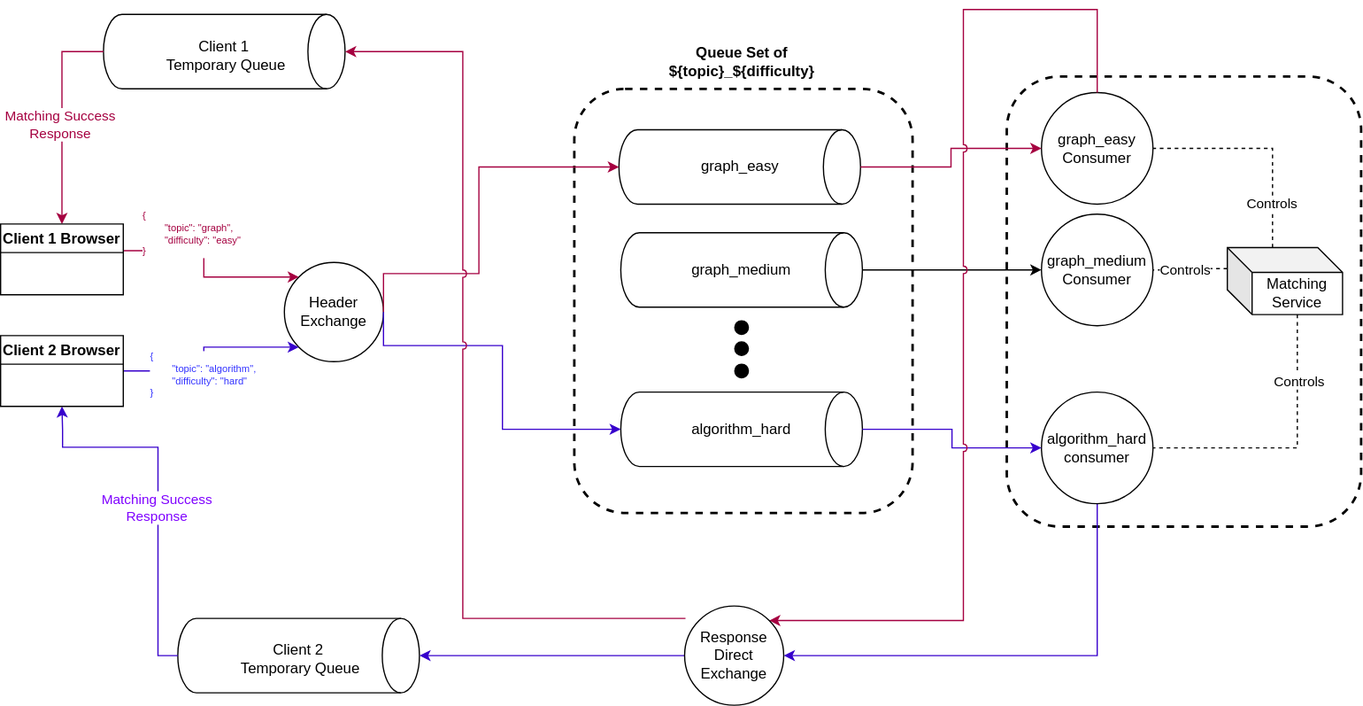
CS3219-AY2425S1/nus-cs3219-ay2425s1-cs3219-ay2425s1-project-project-template keeps this draw.io diagram as matchingService/assets/MatchingServiceFlow.drawio.svg. Above is the earlier version. Source tidied: cells renumbered, new cells last; positions are measured from the earlier drawing's top-left corner, leaving out a move shared by most shapes. The source it was exported from:
```xml
<mxGraphModel>
  <root>
    <mxCell id="0" />
    <mxCell id="1" parent="0" />
    <mxCell id="2" style="rounded=1;whiteSpace=wrap;html=1;dashed=1;strokeWidth=2;fillColor=none;" parent="1" vertex="1">
      <mxGeometry x="812" y="117" width="286" height="363" as="geometry" />
    </mxCell>
    <mxCell id="3" style="rounded=1;whiteSpace=wrap;html=1;dashed=1;strokeWidth=2;fillColor=none;" parent="1" vertex="1">
      <mxGeometry x="463" y="127" width="273" height="342" as="geometry" />
    </mxCell>
    <mxCell id="4" value="Header&lt;div&gt;Exchange&lt;/div&gt;" style="ellipse;whiteSpace=wrap;html=1;" parent="1" vertex="1">
      <mxGeometry x="229" y="267" width="80" height="80" as="geometry" />
    </mxCell>
    <mxCell id="5" style="ellipse;whiteSpace=wrap;html=1;fillColor=#000000;" parent="1" vertex="1">
      <mxGeometry x="592.5" y="314" width="11" height="11" as="geometry" />
    </mxCell>
    <mxCell id="6" style="ellipse;whiteSpace=wrap;html=1;fillColor=#000000;" parent="1" vertex="1">
      <mxGeometry x="592.5" y="331" width="11" height="11" as="geometry" />
    </mxCell>
    <mxCell id="7" style="ellipse;whiteSpace=wrap;html=1;fillColor=#000000;" parent="1" vertex="1">
      <mxGeometry x="592.5" y="349" width="11" height="11" as="geometry" />
    </mxCell>
    <mxCell id="8" style="group;" parent="1" vertex="1">
      <mxGeometry x="500.5" y="371.5" width="195" height="60" as="geometry" />
    </mxCell>
    <mxCell id="9" style="shape=cylinder3;whiteSpace=wrap;html=1;boundedLbl=1;backgroundOutline=1;size=15;rotation=90;" parent="8" vertex="1">
      <mxGeometry x="67.5" y="-67.5" width="60" height="195" as="geometry" />
    </mxCell>
    <mxCell id="10" value="algorithm_hard" style="text;html=1;align=center;verticalAlign=middle;whiteSpace=wrap;rounded=0;" parent="8" vertex="1">
      <mxGeometry x="67.5" y="15" width="60" height="30" as="geometry" />
    </mxCell>
    <mxCell id="11" style="group;" parent="1" vertex="1">
      <mxGeometry x="500.5" y="243" width="195" height="60" as="geometry" />
    </mxCell>
    <mxCell id="12" style="shape=cylinder3;whiteSpace=wrap;html=1;boundedLbl=1;backgroundOutline=1;size=15;rotation=90;" parent="11" vertex="1">
      <mxGeometry x="67.5" y="-67.5" width="60" height="195" as="geometry" />
    </mxCell>
    <mxCell id="13" value="graph_medium" style="text;html=1;align=center;verticalAlign=middle;whiteSpace=wrap;rounded=0;" parent="11" vertex="1">
      <mxGeometry x="67.5" y="15" width="60" height="30" as="geometry" />
    </mxCell>
    <mxCell id="14" style="group;" parent="1" vertex="1">
      <mxGeometry x="499" y="160" width="195" height="60" as="geometry" />
    </mxCell>
    <mxCell id="15" style="shape=cylinder3;whiteSpace=wrap;html=1;boundedLbl=1;backgroundOutline=1;size=15;rotation=90;" parent="14" vertex="1">
      <mxGeometry x="67.5" y="-67.5" width="60" height="195" as="geometry" />
    </mxCell>
    <mxCell id="16" value="graph_easy" style="text;html=1;align=center;verticalAlign=middle;whiteSpace=wrap;rounded=0;" parent="14" vertex="1">
      <mxGeometry x="67.5" y="15" width="60" height="30" as="geometry" />
    </mxCell>
    <mxCell id="17" value="Queue Set of ${topic}_${difficulty}" style="text;html=1;align=center;verticalAlign=middle;whiteSpace=wrap;rounded=0;fontStyle=1;" parent="1" vertex="1">
      <mxGeometry x="524.5" y="90" width="147" height="30" as="geometry" />
    </mxCell>
    <mxCell id="18" style="group;dashed=1;" parent="1" vertex="1">
      <mxGeometry x="83" y="67" width="195" height="60" as="geometry" />
    </mxCell>
    <mxCell id="19" style="shape=cylinder3;whiteSpace=wrap;html=1;boundedLbl=1;backgroundOutline=1;size=15;rotation=90;fixDash=1;" parent="18" vertex="1">
      <mxGeometry x="67.5" y="-67.5" width="60" height="195" as="geometry" />
    </mxCell>
    <mxCell id="20" value="Client 1&lt;div&gt;&amp;nbsp;Temporary Queue&lt;/div&gt;" style="text;html=1;align=center;verticalAlign=middle;whiteSpace=wrap;rounded=0;" parent="18" vertex="1">
      <mxGeometry x="42.2" y="12" width="110.5" height="41" as="geometry" />
    </mxCell>
    <mxCell id="21" style="group;" parent="1" vertex="1">
      <mxGeometry x="143" y="554" width="195" height="60" as="geometry" />
    </mxCell>
    <mxCell id="22" style="shape=cylinder3;whiteSpace=wrap;html=1;boundedLbl=1;backgroundOutline=1;size=15;rotation=90;" parent="21" vertex="1">
      <mxGeometry x="67.5" y="-67.5" width="60" height="195" as="geometry" />
    </mxCell>
    <mxCell id="23" value="Client 2&lt;div&gt;&amp;nbsp;Temporary Queue&lt;/div&gt;" style="text;html=1;align=center;verticalAlign=middle;whiteSpace=wrap;rounded=0;" parent="21" vertex="1">
      <mxGeometry x="42.2" y="12" width="110.5" height="41" as="geometry" />
    </mxCell>
    <mxCell id="24" style="edgeStyle=orthogonalEdgeStyle;rounded=0;jettySize=auto;html=1;exitX=0.99;exitY=0.377;exitDx=0;exitDy=0;entryX=0;entryY=0;entryDx=0;entryDy=0;fillColor=#d80073;strokeColor=#A50040;exitPerimeter=0;" parent="1" edge="1" source="46" target="4">
      <mxGeometry relative="1" as="geometry" />
    </mxCell>
    <mxCell id="25" value="{&lt;div style=&quot;font-size: 8px;&quot;&gt;&lt;span style=&quot;white-space: pre; font-size: 8px;&quot;&gt;&#9;&quot;topic&quot;: &quot;graph&quot;,&lt;/span&gt;&lt;br style=&quot;font-size: 8px;&quot;&gt;&lt;/div&gt;&lt;div style=&quot;font-size: 8px;&quot;&gt;&lt;span style=&quot;white-space: pre; font-size: 8px;&quot;&gt;&lt;span style=&quot;white-space: pre; font-size: 8px;&quot;&gt;&#9;&lt;/span&gt;&quot;difficulty&quot;: &quot;easy&quot;&lt;/span&gt;&lt;/div&gt;&lt;div style=&quot;font-size: 8px;&quot;&gt;&lt;span style=&quot;white-space: pre; font-size: 8px;&quot;&gt;}&lt;/span&gt;&lt;/div&gt;" style="edgeLabel;html=1;align=left;verticalAlign=middle;fontSize=8;fontColor=#A50040;" parent="24" vertex="1">
      <mxGeometry x="-0.44" y="3" relative="1" as="geometry">
        <mxPoint x="-31" y="-11" as="offset" />
      </mxGeometry>
    </mxCell>
    <mxCell id="26" style="edgeStyle=orthogonalEdgeStyle;rounded=0;jettySize=auto;html=1;entryX=0;entryY=1;entryDx=0;entryDy=0;fillColor=#6a00ff;strokeColor=#3700CC;exitX=1;exitY=0.5;exitDx=0;exitDy=0;" parent="1" edge="1" source="45" target="4">
      <mxGeometry relative="1" as="geometry" />
    </mxCell>
    <mxCell id="27" style="edgeStyle=orthogonalEdgeStyle;rounded=0;jettySize=auto;html=1;exitX=1;exitY=0.5;exitDx=0;exitDy=0;fillColor=#d80073;strokeColor=#A50040;entryX=0.5;entryY=1;entryDx=0;entryDy=0;entryPerimeter=0;" parent="1" edge="1" source="4" target="15">
      <mxGeometry relative="1" as="geometry">
        <Array as="points">
          <mxPoint x="309" y="276" />
          <mxPoint x="386" y="276" />
          <mxPoint x="386" y="190" />
        </Array>
      </mxGeometry>
    </mxCell>
    <mxCell id="28" value="graph_easy&lt;div&gt;Consumer&lt;/div&gt;" style="ellipse;whiteSpace=wrap;html=1;" parent="1" vertex="1">
      <mxGeometry x="840" y="130" width="90" height="90" as="geometry" />
    </mxCell>
    <mxCell id="29" value="graph_medium&lt;div&gt;Consumer&lt;/div&gt;" style="ellipse;whiteSpace=wrap;html=1;" parent="1" vertex="1">
      <mxGeometry x="840" y="228" width="90" height="90" as="geometry" />
    </mxCell>
    <mxCell id="30" style="edgeStyle=orthogonalEdgeStyle;rounded=0;jettySize=auto;html=1;exitX=0.5;exitY=1;exitDx=0;exitDy=0;entryX=1;entryY=0.5;entryDx=0;entryDy=0;fillColor=#6a00ff;strokeColor=#3700CC;" parent="1" edge="1" source="31" target="44">
      <mxGeometry relative="1" as="geometry">
        <Array as="points">
          <mxPoint x="885" y="584" />
        </Array>
      </mxGeometry>
    </mxCell>
    <mxCell id="31" value="algorithm_hard&lt;div&gt;consumer&lt;/div&gt;" style="ellipse;whiteSpace=wrap;html=1;" parent="1" vertex="1">
      <mxGeometry x="840" y="371.5" width="90" height="90" as="geometry" />
    </mxCell>
    <mxCell id="32" style="edgeStyle=orthogonalEdgeStyle;rounded=0;jettySize=auto;html=1;exitX=0.5;exitY=0;exitDx=0;exitDy=0;exitPerimeter=0;entryX=0;entryY=0.5;entryDx=0;entryDy=0;fillColor=#d80073;strokeColor=#A50040;" parent="1" edge="1" source="15" target="28">
      <mxGeometry relative="1" as="geometry" />
    </mxCell>
    <mxCell id="33" value="{&lt;div style=&quot;font-size: 8px;&quot;&gt;&lt;span style=&quot;white-space: pre; font-size: 8px;&quot;&gt;&#9;&quot;topic&quot;: &quot;algorithm&quot;,&lt;/span&gt;&lt;br style=&quot;font-size: 8px;&quot;&gt;&lt;/div&gt;&lt;div style=&quot;font-size: 8px;&quot;&gt;&lt;span style=&quot;white-space: pre; font-size: 8px;&quot;&gt;&lt;span style=&quot;white-space: pre; font-size: 8px;&quot;&gt;&#9;&lt;/span&gt;&quot;difficulty&quot;: &quot;hard&quot;&lt;/span&gt;&lt;/div&gt;&lt;div style=&quot;font-size: 8px;&quot;&gt;&lt;span style=&quot;white-space: pre; font-size: 8px;&quot;&gt;}&lt;/span&gt;&lt;/div&gt;" style="edgeLabel;html=1;align=left;verticalAlign=middle;fontSize=8;fontColor=#3333FF;" parent="1" vertex="1">
      <mxGeometry x="119" y="358" as="geometry" />
    </mxCell>
    <mxCell id="34" style="edgeStyle=orthogonalEdgeStyle;rounded=0;jettySize=auto;html=1;exitX=1;exitY=0.5;exitDx=0;exitDy=0;entryX=0.5;entryY=1;entryDx=0;entryDy=0;entryPerimeter=0;fillColor=#6a00ff;strokeColor=#3700CC;" parent="1" edge="1" source="4" target="9">
      <mxGeometry relative="1" as="geometry">
        <Array as="points">
          <mxPoint x="309" y="334" />
          <mxPoint x="405" y="334" />
          <mxPoint x="405" y="401" />
        </Array>
      </mxGeometry>
    </mxCell>
    <mxCell id="35" style="edgeStyle=orthogonalEdgeStyle;rounded=0;jettySize=auto;html=1;exitX=0.5;exitY=0;exitDx=0;exitDy=0;exitPerimeter=0;entryX=0;entryY=0.5;entryDx=0;entryDy=0;fillColor=#6a00ff;strokeColor=#3700CC;" parent="1" edge="1" source="9" target="31">
      <mxGeometry relative="1" as="geometry" />
    </mxCell>
    <mxCell id="36" style="edgeStyle=orthogonalEdgeStyle;rounded=0;jettySize=auto;html=1;exitX=0.5;exitY=0;exitDx=0;exitDy=0;exitPerimeter=0;entryX=0;entryY=0.5;entryDx=0;entryDy=0;" parent="1" edge="1" source="12" target="29">
      <mxGeometry relative="1" as="geometry" />
    </mxCell>
    <mxCell id="37" style="edgeStyle=orthogonalEdgeStyle;rounded=0;jettySize=auto;html=1;exitX=0.5;exitY=0;exitDx=0;exitDy=0;fillColor=#d80073;strokeColor=#A50040;entryX=1;entryY=0;entryDx=0;entryDy=0;jumpStyle=arc;" parent="1" edge="1" source="28" target="44">
      <mxGeometry relative="1" as="geometry">
        <Array as="points">
          <mxPoint x="885" y="63" />
          <mxPoint x="777" y="63" />
          <mxPoint x="777" y="556" />
        </Array>
      </mxGeometry>
    </mxCell>
    <mxCell id="38" style="edgeStyle=orthogonalEdgeStyle;rounded=0;jettySize=auto;html=1;fillColor=#d80073;strokeColor=#A50040;exitX=0;exitY=0;exitDx=0;exitDy=0;entryX=0.5;entryY=0;entryDx=0;entryDy=0;entryPerimeter=0;jumpStyle=arc;" parent="1" edge="1" target="19">
      <mxGeometry relative="1" as="geometry">
        <mxPoint x="552.7" y="554" as="sourcePoint" />
        <Array as="points">
          <mxPoint x="373" y="554" />
          <mxPoint x="373" y="97" />
        </Array>
      </mxGeometry>
    </mxCell>
    <mxCell id="39" style="edgeStyle=orthogonalEdgeStyle;rounded=0;jettySize=auto;html=1;exitX=0.5;exitY=1;exitDx=0;exitDy=0;exitPerimeter=0;entryX=0.5;entryY=0;entryDx=0;entryDy=0;fillColor=#d80073;strokeColor=#A50040;" parent="1" edge="1" source="19" target="46">
      <mxGeometry relative="1" as="geometry" />
    </mxCell>
    <mxCell id="40" value="Matching Success&lt;div&gt;Response&lt;/div&gt;" style="edgeLabel;html=1;align=center;verticalAlign=middle;fontColor=#A50040;" parent="39" vertex="1">
      <mxGeometry x="0.06" y="-2" relative="1" as="geometry" />
    </mxCell>
    <mxCell id="41" style="edgeStyle=orthogonalEdgeStyle;rounded=0;jettySize=auto;html=1;entryX=0.5;entryY=0;entryDx=0;entryDy=0;entryPerimeter=0;fillColor=#6a00ff;strokeColor=#3700CC;exitX=0;exitY=0.5;exitDx=0;exitDy=0;" parent="1" edge="1" source="44" target="22">
      <mxGeometry relative="1" as="geometry">
        <Array as="points">
          <mxPoint x="350" y="584" />
        </Array>
      </mxGeometry>
    </mxCell>
    <mxCell id="42" style="edgeStyle=orthogonalEdgeStyle;rounded=0;jettySize=auto;html=1;exitX=0.5;exitY=1;exitDx=0;exitDy=0;exitPerimeter=0;entryX=0.5;entryY=1;entryDx=0;entryDy=0;fillColor=#6a00ff;strokeColor=#3700CC;" parent="1" edge="1" source="22" target="45">
      <mxGeometry relative="1" as="geometry">
        <Array as="points">
          <mxPoint x="127" y="584" />
          <mxPoint x="127" y="416" />
          <mxPoint x="50" y="416" />
          <mxPoint x="50" y="402" />
        </Array>
      </mxGeometry>
    </mxCell>
    <mxCell id="43" value="Matching Success&lt;div&gt;Response&lt;/div&gt;" style="edgeLabel;html=1;align=center;verticalAlign=middle;fontColor=#7F00FF;" parent="42" vertex="1">
      <mxGeometry x="-0.07" y="2" relative="1" as="geometry" />
    </mxCell>
    <mxCell id="44" value="Response Direct&lt;div&gt;Exchange&lt;/div&gt;" style="ellipse;whiteSpace=wrap;html=1;" parent="1" vertex="1">
      <mxGeometry x="552" y="544" width="80" height="80" as="geometry" />
    </mxCell>
    <mxCell id="45" value="Client 2 Browser" style="swimlane;whiteSpace=wrap;html=1;" parent="1" vertex="1">
      <mxGeometry y="326" width="99" height="57" as="geometry" />
    </mxCell>
    <mxCell id="46" value="Client 1 Browser" style="swimlane;whiteSpace=wrap;html=1;" parent="1" vertex="1">
      <mxGeometry y="236" width="99" height="57" as="geometry" />
    </mxCell>
    <mxCell id="47" style="edgeStyle=orthogonalEdgeStyle;rounded=0;jettySize=auto;html=1;exitX=0;exitY=0;exitDx=0;exitDy=17;exitPerimeter=0;entryX=1;entryY=0.5;entryDx=0;entryDy=0;dashed=1;strokeColor=default;endArrow=none;endFill=0;" parent="1" edge="1" source="53" target="29">
      <mxGeometry relative="1" as="geometry" />
    </mxCell>
    <mxCell id="48" value="Controls" style="edgeLabel;html=1;align=center;verticalAlign=middle;" parent="47" vertex="1">
      <mxGeometry x="0.18" y="-1" relative="1" as="geometry" />
    </mxCell>
    <mxCell id="49" style="edgeStyle=orthogonalEdgeStyle;rounded=0;jettySize=auto;html=1;exitX=0;exitY=0;exitDx=36.5;exitDy=0;exitPerimeter=0;entryX=1;entryY=0.5;entryDx=0;entryDy=0;dashed=1;endArrow=none;endFill=0;" parent="1" edge="1" source="53" target="28">
      <mxGeometry relative="1" as="geometry" />
    </mxCell>
    <mxCell id="50" value="Controls" style="edgeLabel;html=1;align=center;verticalAlign=middle;" parent="49" vertex="1">
      <mxGeometry x="-0.6" y="1" relative="1" as="geometry" />
    </mxCell>
    <mxCell id="51" style="edgeStyle=orthogonalEdgeStyle;rounded=0;jettySize=auto;html=1;exitX=0;exitY=0;exitDx=56.5;exitDy=54;exitPerimeter=0;entryX=1;entryY=0.5;entryDx=0;entryDy=0;endArrow=none;endFill=0;dashed=1;" parent="1" edge="1" source="53" target="31">
      <mxGeometry relative="1" as="geometry" />
    </mxCell>
    <mxCell id="52" value="Controls" style="edgeLabel;html=1;align=center;verticalAlign=middle;" parent="51" vertex="1">
      <mxGeometry x="-0.53" y="1" relative="1" as="geometry" />
    </mxCell>
    <mxCell id="53" value="Matching Service" style="shape=cube;whiteSpace=wrap;html=1;boundedLbl=1;backgroundOutline=1;darkOpacity=0.05;darkOpacity2=0.1;" parent="1" vertex="1">
      <mxGeometry x="990" y="255" width="93" height="54" as="geometry" />
    </mxCell>
  </root>
</mxGraphModel>
```
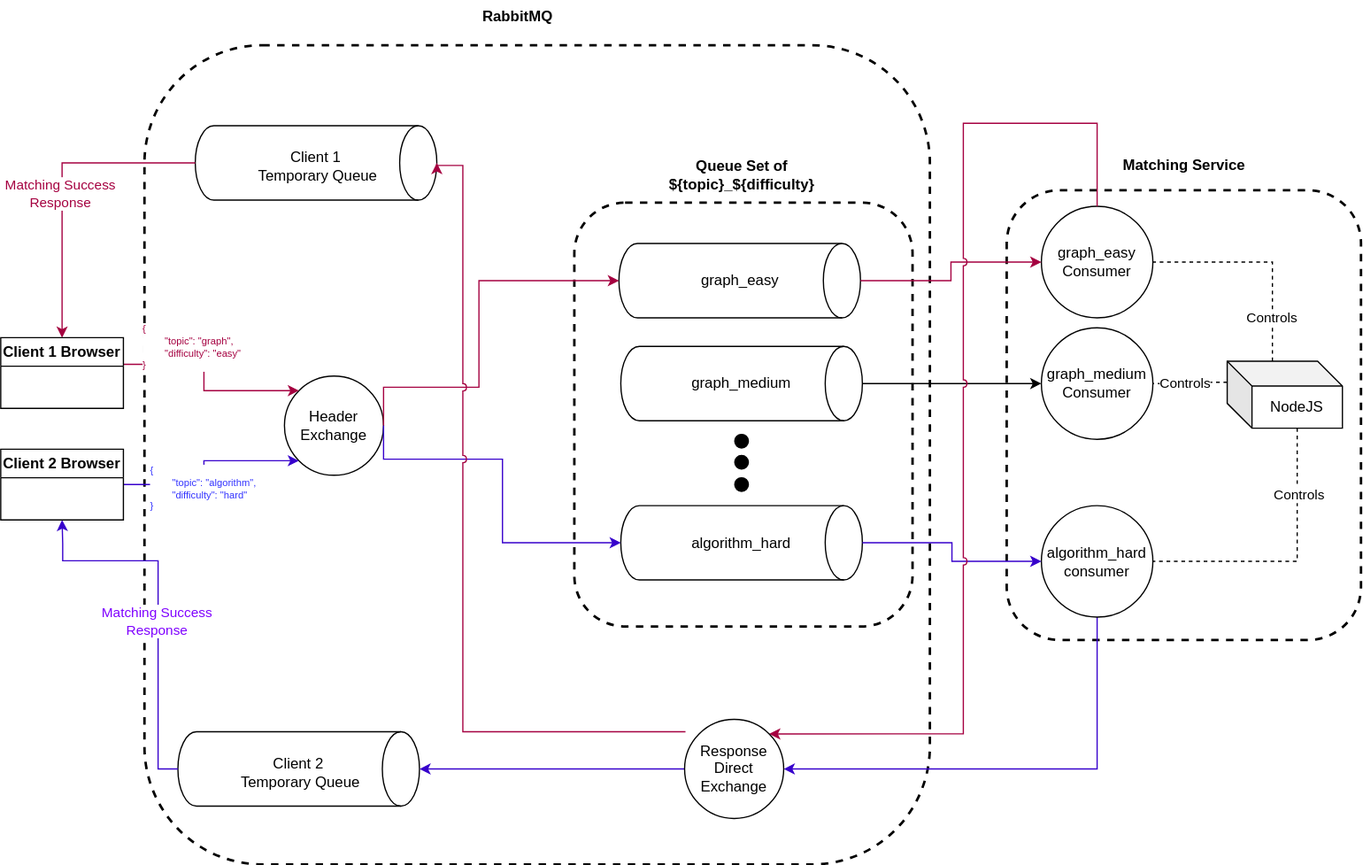
Later version of the same file.

Commit message:
fix: Added missing labels for consumer group in diagram

Diff of the diagram source:
```diff
@@ -2,6 +2,9 @@
   <root>
     <mxCell id="0" />
     <mxCell id="1" parent="0" />
+    <mxCell id="54" style="rounded=1;whiteSpace=wrap;html=1;dashed=1;strokeWidth=2;fillColor=none;" parent="1" vertex="1">
+      <mxGeometry x="116" width="634" height="661" as="geometry" />
+    </mxCell>
     <mxCell id="2" style="rounded=1;whiteSpace=wrap;html=1;dashed=1;strokeWidth=2;fillColor=none;" parent="1" vertex="1">
       <mxGeometry x="812" y="117" width="286" height="363" as="geometry" />
     </mxCell>
@@ -51,7 +54,7 @@
       <mxGeometry x="524.5" y="90" width="147" height="30" as="geometry" />
     </mxCell>
     <mxCell id="18" style="group;dashed=1;" parent="1" vertex="1">
-      <mxGeometry x="83" y="67" width="195" height="60" as="geometry" />
+      <mxGeometry x="157" y="65" width="195" height="60" as="geometry" />
     </mxCell>
     <mxCell id="19" style="shape=cylinder3;whiteSpace=wrap;html=1;boundedLbl=1;backgroundOutline=1;size=15;rotation=90;fixDash=1;" parent="18" vertex="1">
       <mxGeometry x="67.5" y="-67.5" width="60" height="195" as="geometry" />
@@ -196,8 +199,14 @@
     <mxCell id="52" value="Controls" style="edgeLabel;html=1;align=center;verticalAlign=middle;" parent="51" vertex="1">
       <mxGeometry x="-0.53" y="1" relative="1" as="geometry" />
     </mxCell>
-    <mxCell id="53" value="Matching Service" style="shape=cube;whiteSpace=wrap;html=1;boundedLbl=1;backgroundOutline=1;darkOpacity=0.05;darkOpacity2=0.1;" parent="1" vertex="1">
+    <mxCell id="53" value="NodeJS" style="shape=cube;whiteSpace=wrap;html=1;boundedLbl=1;backgroundOutline=1;darkOpacity=0.05;darkOpacity2=0.1;" parent="1" vertex="1">
       <mxGeometry x="990" y="255" width="93" height="54" as="geometry" />
     </mxCell>
+    <mxCell id="55" value="Matching Service" style="text;html=1;align=center;verticalAlign=middle;strokeColor=none;fillColor=none;fontStyle=1;" parent="1" vertex="1">
+      <mxGeometry x="900" y="84" width="110" height="26" as="geometry" />
+    </mxCell>
+    <mxCell id="56" value="RabbitMQ" style="text;html=1;align=center;verticalAlign=middle;strokeColor=none;fillColor=none;fontStyle=1;" parent="1" vertex="1">
+      <mxGeometry x="381" y="-36" width="72" height="26" as="geometry" />
+    </mxCell>
   </root>
 </mxGraphModel>
```
